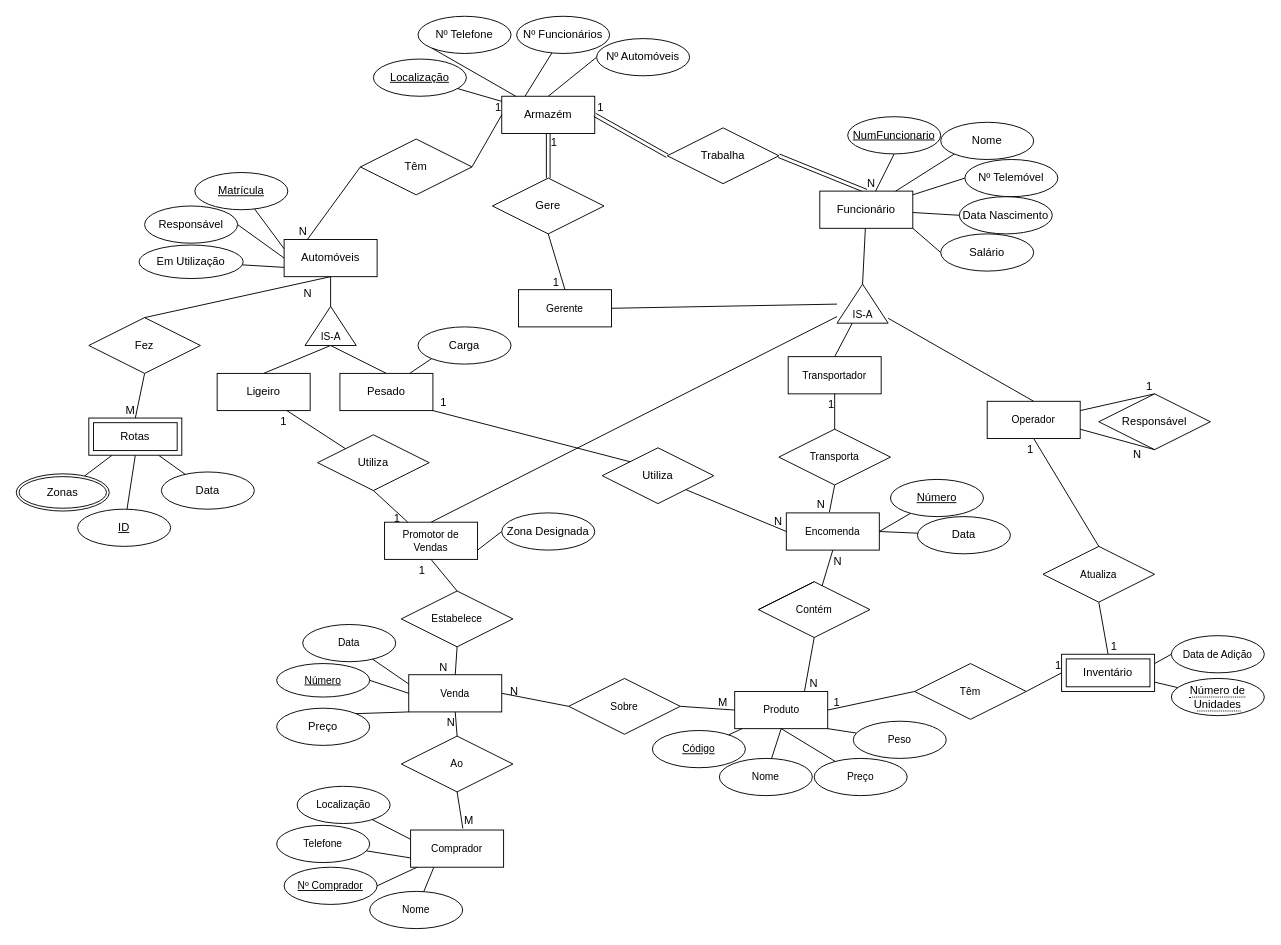
This is DER and REL/bebidis.drawio from dot-1q/bd-bebidis, a draw.io file, before an edit. Source tidied: cells renumbered, new cells numbered last; positions are measured from the earlier drawing's top-left corner, leaving out a move shared by most shapes. Both pictures are drawn from the tidied source at 93%, with x=0, y=0 at pixel (16, 16).
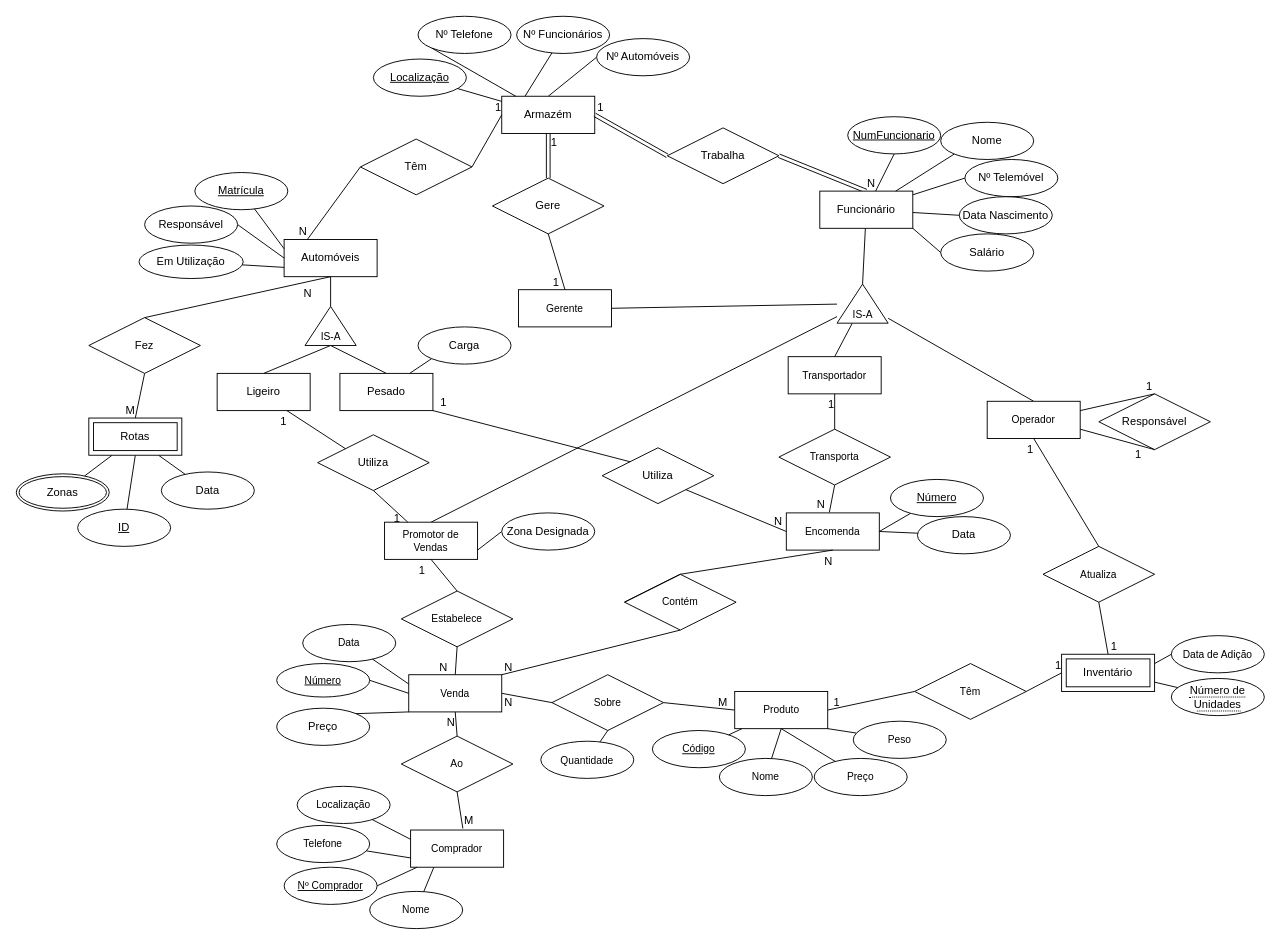
After the change.

Commit message (it also covers changes not shown here):
improved schema, insertions updated

The change refers to these unchanged cells:
```xml
<mxCell id="49" style="endArrow=none;html=1;rounded=0;fontSize=11;entryX=1;entryY=0.5;entryDx=0;entryDy=0;exitX=0;exitY=0.5;exitDx=0;exitDy=0;" parent="1" edge="1" source="48" target="123">
  <mxGeometry x="6" y="684" as="geometry" />
</mxCell>
<mxCell id="65" value="Encomenda" style="whiteSpace=wrap;html=1;align=center;fontSize=11;" parent="1" vertex="1">
  <mxGeometry x="828" y="534" width="100" height="40" as="geometry" />
</mxCell>
<mxCell id="118" style="group;" parent="1" vertex="1">
  <mxGeometry x="288" y="618" width="246" height="363" as="geometry" />
</mxCell>
<mxCell id="123" value="Venda" style="whiteSpace=wrap;html=1;align=center;fontSize=11;" parent="118" vertex="1">
  <mxGeometry x="134" y="90" width="100" height="40" as="geometry" />
</mxCell>
<mxCell id="144" value="Produto" style="whiteSpace=wrap;html=1;align=center;fontSize=11;" parent="143" vertex="1">
  <mxGeometry x="40" width="100" height="40" as="geometry" />
</mxCell>
<mxCell id="157" style="endArrow=none;html=1;rounded=0;entryX=0.5;entryY=1;entryDx=0;entryDy=0;exitX=1;exitY=0.75;exitDx=0;exitDy=0;" parent="1" edge="1" source="41" target="154">
  <mxGeometry relative="1" as="geometry" />
</mxCell>
```

The edit, as a diff of the source:
```diff
@@
     <mxCell id="48" value="Sobre" style="shape=rhombus;perimeter=rhombusPerimeter;whiteSpace=wrap;html=1;align=center;fontSize=11;" parent="1" vertex="1">
-      <mxGeometry x="594" y="712" width="120" height="60" as="geometry" />
+      <mxGeometry x="576" y="708" width="120" height="60" as="geometry" />
     </mxCell>
@@
     <mxCell id="50" value="N" style="html=1;align=right;verticalAlign=bottom;" parent="49" vertex="1">
       <mxGeometry x="1" relative="1" as="geometry">
-        <mxPoint x="18" y="6" as="offset" />
+        <mxPoint x="12" y="18" as="offset" />
       </mxGeometry>
     </mxCell>
@@
+    <mxCell id="167" style="edgeStyle=none;rounded=0;jettySize=auto;html=1;entryX=1;entryY=0;entryDx=0;entryDy=0;endArrow=none;endFill=0;exitX=0.5;exitY=1;exitDx=0;exitDy=0;" parent="1" edge="1" source="68" target="123">
+      <mxGeometry relative="1" as="geometry" />
+    </mxCell>
     <mxCell id="68" value="Contém" style="shape=rhombus;perimeter=rhombusPerimeter;whiteSpace=wrap;html=1;align=center;fontSize=11;" parent="1" vertex="1">
-      <mxGeometry x="798" y="608" width="120" height="60" as="geometry" />
+      <mxGeometry x="654" y="600" width="120" height="60" as="geometry" />
     </mxCell>
-    <mxCell id="69" style="endArrow=none;html=1;rounded=0;fontSize=11;entryX=0.5;entryY=1;entryDx=0;entryDy=0;exitX=0.57;exitY=0.078;exitDx=0;exitDy=0;exitPerimeter=0;" parent="1" edge="1" source="68" target="65">
+    <mxCell id="69" style="endArrow=none;html=1;rounded=0;fontSize=11;entryX=0.5;entryY=1;entryDx=0;entryDy=0;exitX=0.5;exitY=0;exitDx=0;exitDy=0;" parent="1" edge="1" source="68" target="65">
       <mxGeometry relative="1" as="geometry" />
     </mxCell>
     <mxCell id="70" value="N" style="html=1;align=right;verticalAlign=bottom;" parent="69" vertex="1">
       <mxGeometry x="1" relative="1" as="geometry">
-        <mxPoint x="10" y="20" as="offset" />
+        <mxPoint y="20" as="offset" />
       </mxGeometry>
     </mxCell>
-    <mxCell id="71" style="endArrow=none;html=1;rounded=0;fontSize=11;entryX=0.75;entryY=0;entryDx=0;entryDy=0;exitX=0.5;exitY=1;exitDx=0;exitDy=0;" parent="1" edge="1" source="68" target="144">
-      <mxGeometry relative="1" as="geometry" />
-    </mxCell>
-    <mxCell id="72" value="N" style="html=1;align=right;verticalAlign=bottom;" parent="71" vertex="1">
-      <mxGeometry x="1" relative="1" as="geometry">
-        <mxPoint x="15" as="offset" />
-      </mxGeometry>
-    </mxCell>
@@
+    <mxCell id="72" value="N" style="html=1;align=right;verticalAlign=bottom;" parent="118" vertex="1">
+      <mxGeometry x="246" y="90" as="geometry" />
+    </mxCell>
@@
-    <mxCell id="158" value="N" style="html=1;align=right;verticalAlign=bottom;" parent="157" vertex="1">
+    <mxCell id="158" value="1" style="html=1;align=right;verticalAlign=bottom;" parent="157" vertex="1">
       <mxGeometry x="1" relative="1" as="geometry">
         <mxPoint x="-14" y="14" as="offset" />
       </mxGeometry>
     </mxCell>
@@
+    <mxCell id="168" style="edgeStyle=none;rounded=0;jettySize=auto;html=1;entryX=0.5;entryY=1;entryDx=0;entryDy=0;endArrow=none;endFill=0;" parent="1" edge="1" source="169" target="48">
+      <mxGeometry relative="1" as="geometry" />
+    </mxCell>
+    <mxCell id="169" value="Quantidade" style="ellipse;whiteSpace=wrap;html=1;align=center;fontSize=11;" parent="1" vertex="1">
+      <mxGeometry x="564" y="779.5" width="100" height="40" as="geometry" />
+    </mxCell>
```
